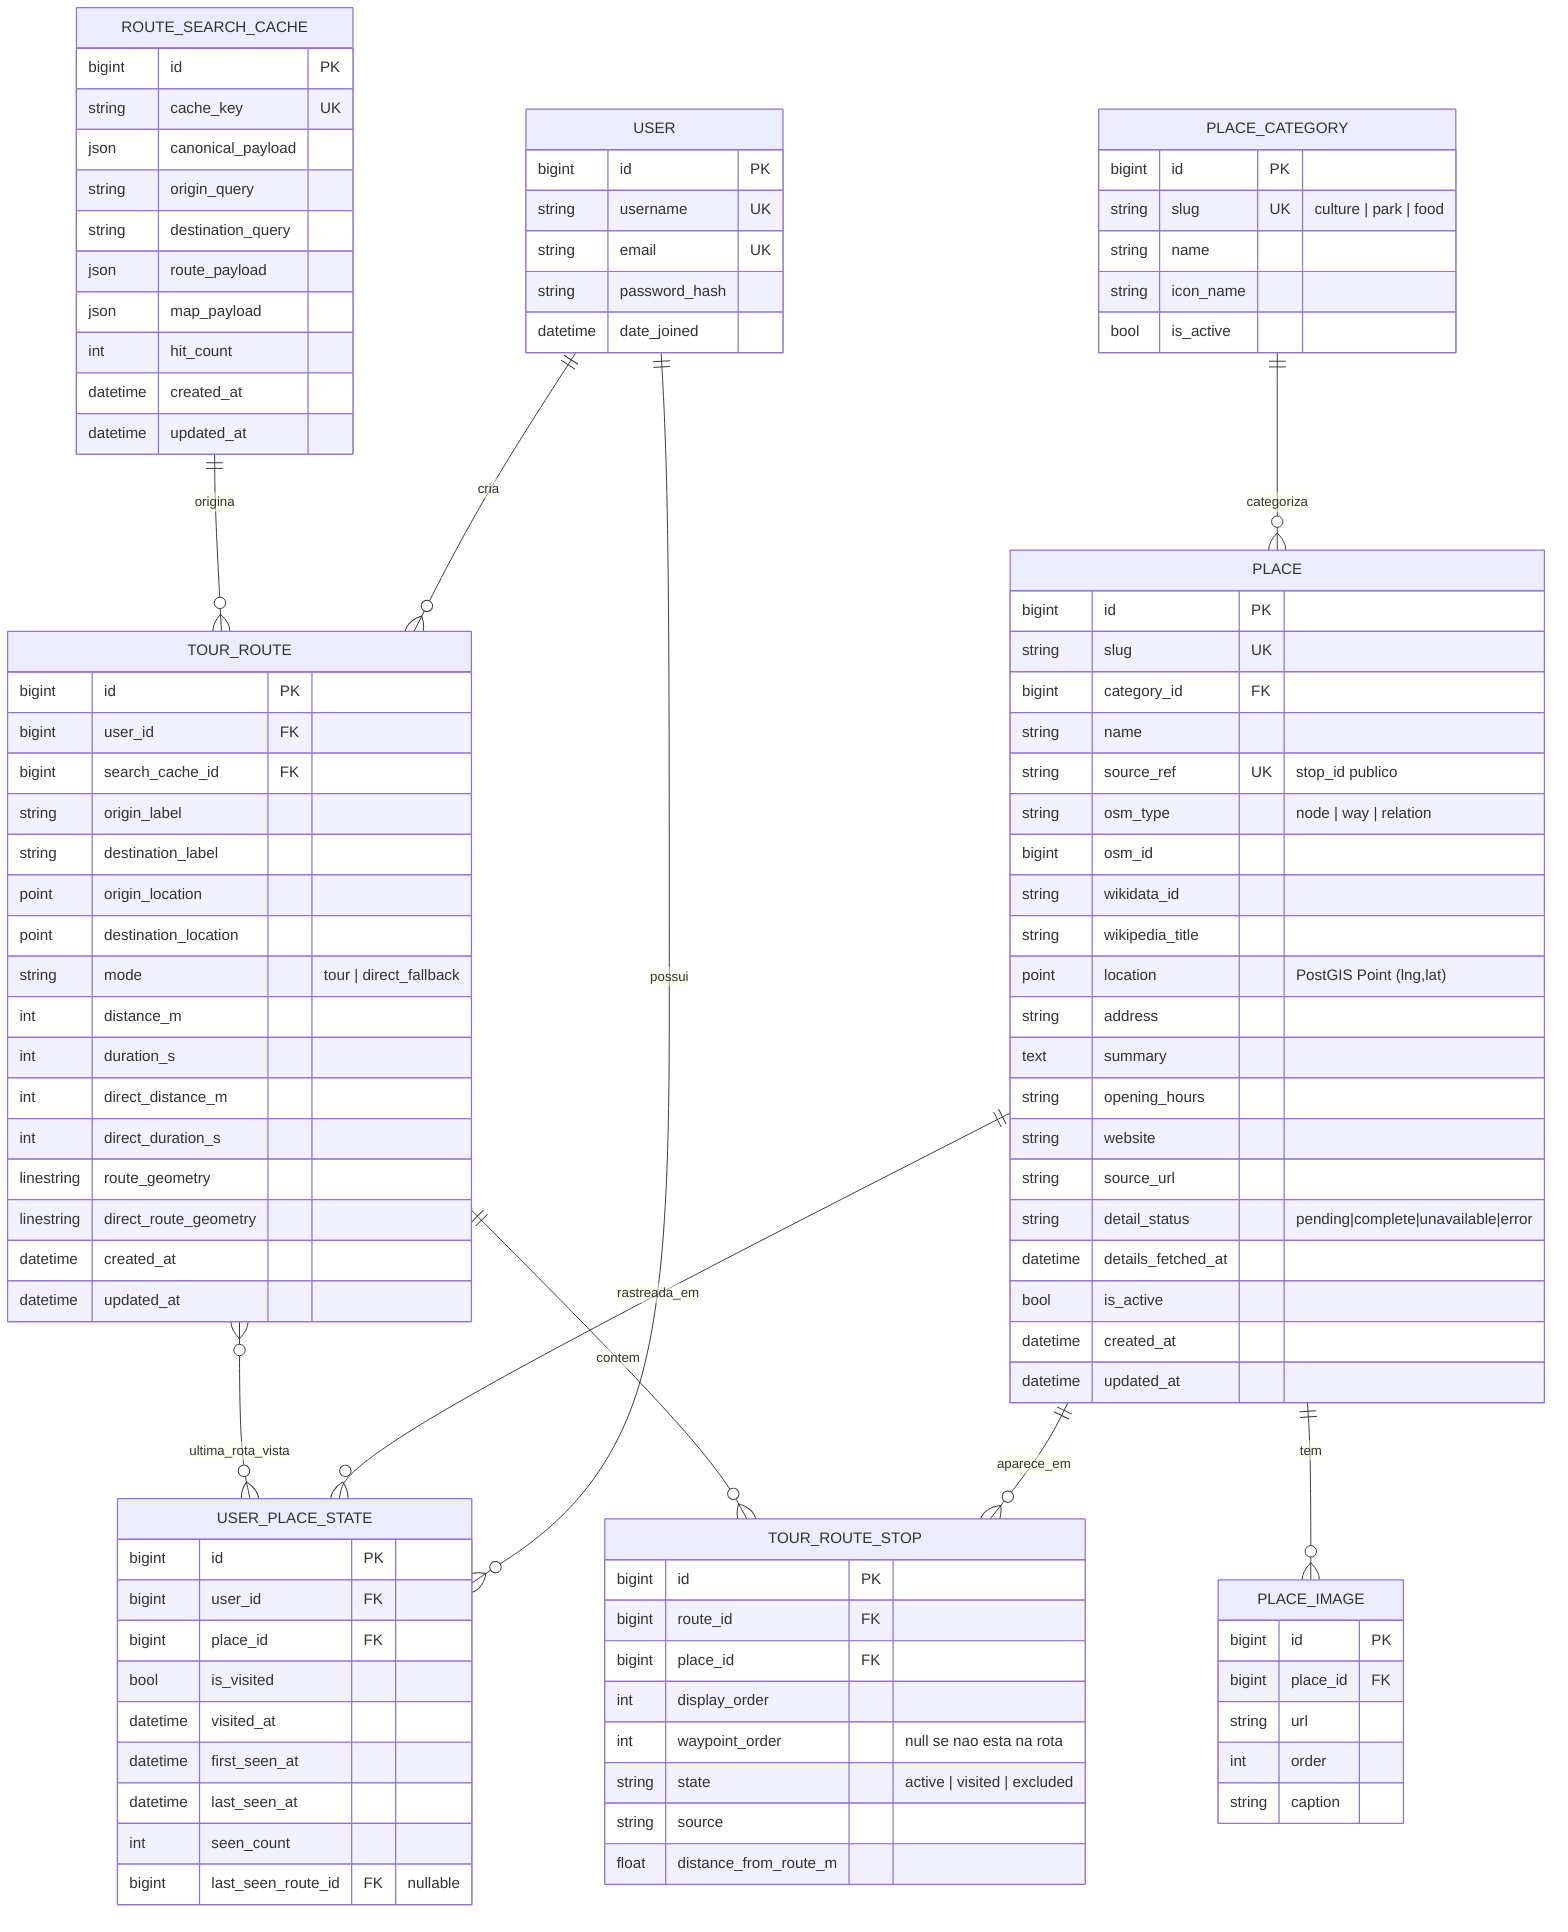
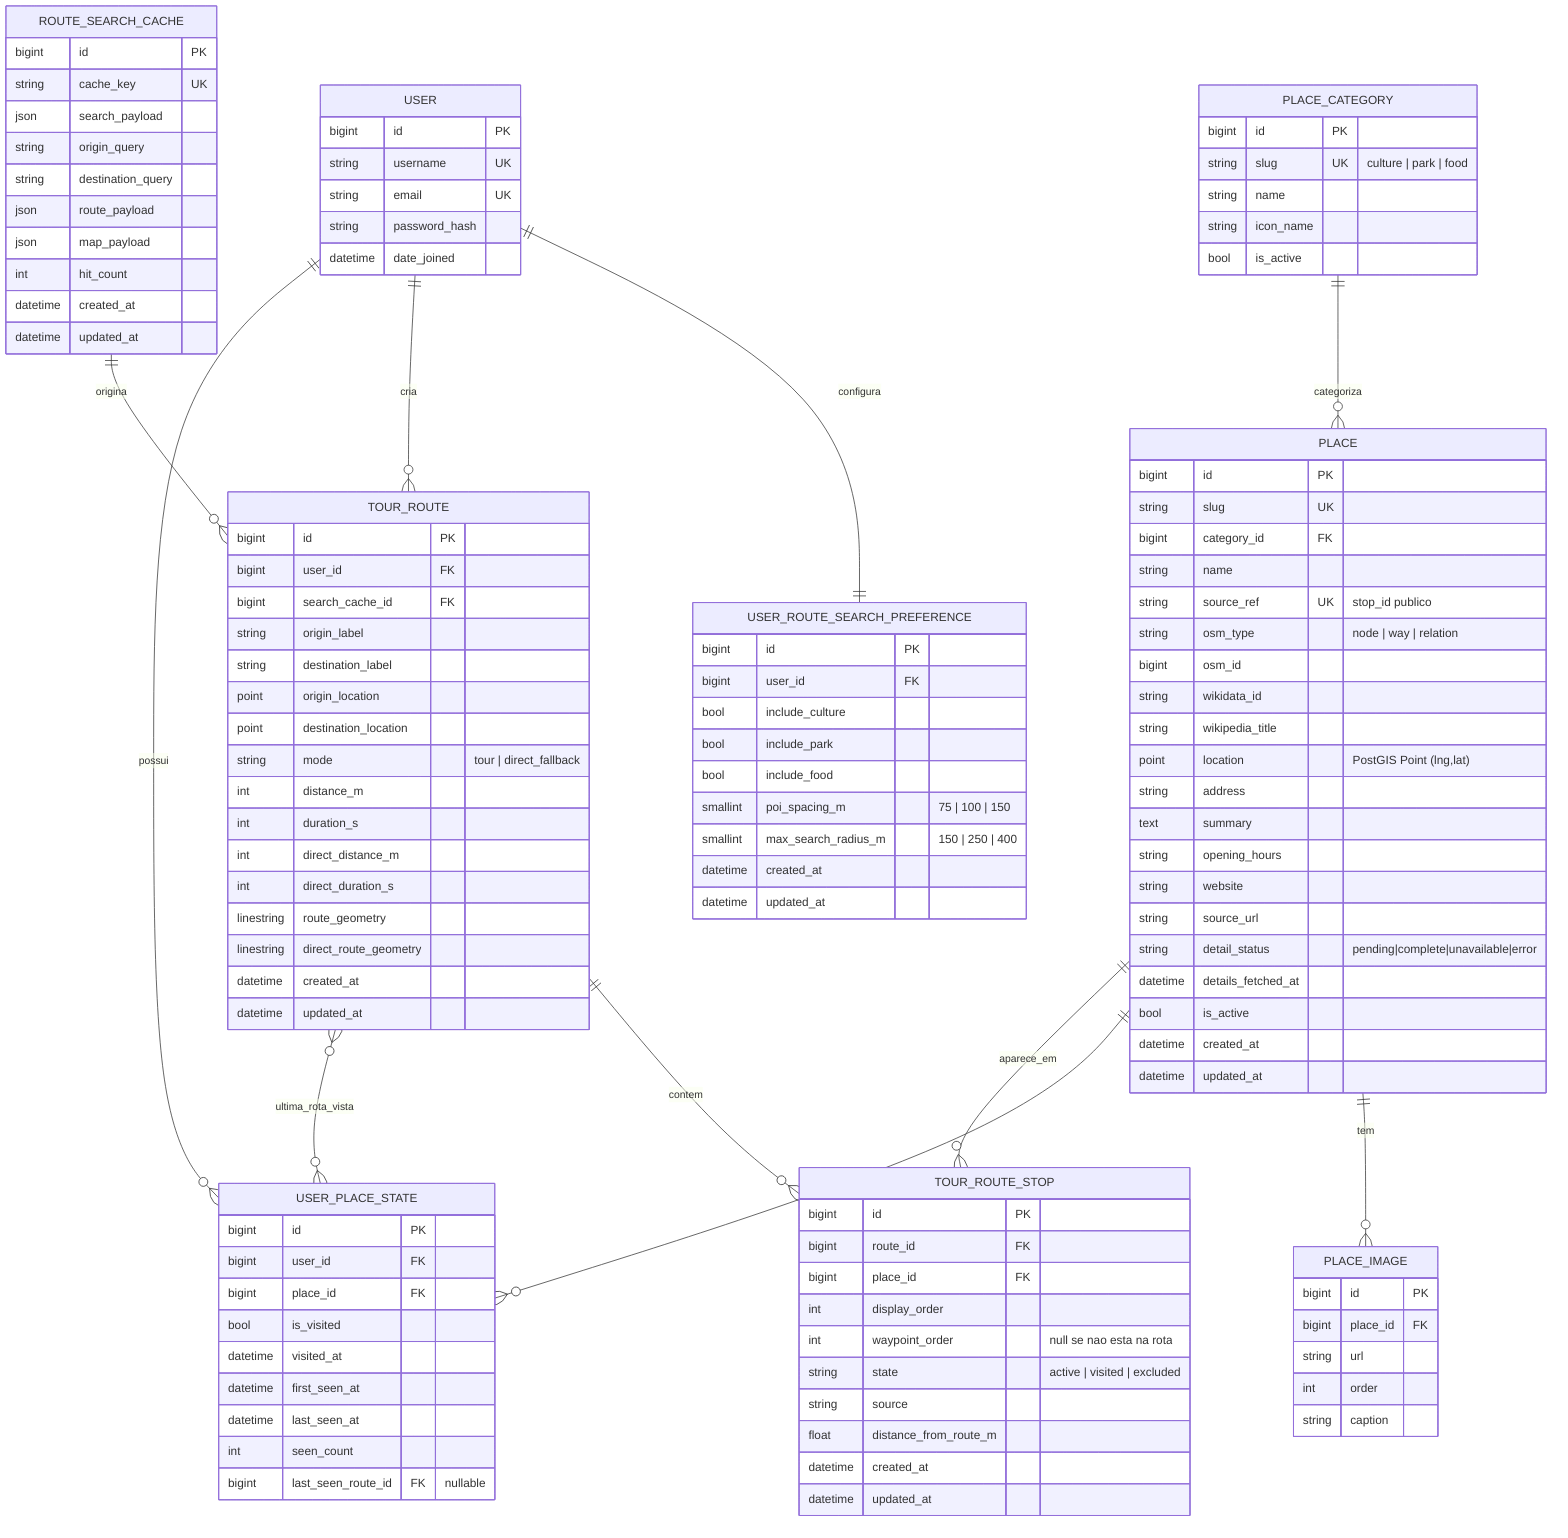
erDiagram
+     USER ||--|| USER_ROUTE_SEARCH_PREFERENCE : configura
    USER ||--o{ TOUR_ROUTE : cria
    USER ||--o{ USER_PLACE_STATE : possui

    PLACE_CATEGORY ||--o{ PLACE : categoriza

    PLACE ||--o{ PLACE_IMAGE : tem
    PLACE ||--o{ USER_PLACE_STATE : rastreada_em
    PLACE ||--o{ TOUR_ROUTE_STOP : aparece_em

    ROUTE_SEARCH_CACHE ||--o{ TOUR_ROUTE : origina

    TOUR_ROUTE ||--o{ TOUR_ROUTE_STOP : contem
    TOUR_ROUTE }o--o{ USER_PLACE_STATE : ultima_rota_vista

    USER {
        bigint id PK
        string username UK
        string email UK
        string password_hash
        datetime date_joined
+     }
+ 
+     USER_ROUTE_SEARCH_PREFERENCE {
+         bigint id PK
+         bigint user_id FK
+         bool include_culture
+         bool include_park
+         bool include_food
+         smallint poi_spacing_m "75 | 100 | 150"
+         smallint max_search_radius_m "150 | 250 | 400"
+         datetime created_at
+         datetime updated_at
    }

    PLACE_CATEGORY {
        bigint id PK
        string slug UK "culture | park | food"
        string name
        string icon_name
        bool is_active
    }

    PLACE {
        bigint id PK
        string slug UK
        bigint category_id FK
        string name
        string source_ref UK "stop_id publico"
        string osm_type "node | way | relation"
        bigint osm_id
        string wikidata_id
        string wikipedia_title
        point location "PostGIS Point (lng,lat)"
        string address
        text summary
        string opening_hours
        string website
        string source_url
        string detail_status "pending|complete|unavailable|error"
        datetime details_fetched_at
        bool is_active
        datetime created_at
        datetime updated_at
    }

    PLACE_IMAGE {
        bigint id PK
        bigint place_id FK
        string url
        int order
        string caption
    }

    USER_PLACE_STATE {
        bigint id PK
        bigint user_id FK
        bigint place_id FK
        bool is_visited
        datetime visited_at
        datetime first_seen_at
        datetime last_seen_at
        int seen_count
        bigint last_seen_route_id FK "nullable"
    }

    ROUTE_SEARCH_CACHE {
        bigint id PK
        string cache_key UK
-         json canonical_payload
+         json search_payload
        string origin_query
        string destination_query
        json route_payload
        json map_payload
        int hit_count
        datetime created_at
        datetime updated_at
    }

    TOUR_ROUTE {
        bigint id PK
        bigint user_id FK
        bigint search_cache_id FK
        string origin_label
        string destination_label
        point origin_location
        point destination_location
        string mode "tour | direct_fallback"
        int distance_m
        int duration_s
        int direct_distance_m
        int direct_duration_s
        linestring route_geometry
        linestring direct_route_geometry
        datetime created_at
        datetime updated_at
    }

    TOUR_ROUTE_STOP {
        bigint id PK
        bigint route_id FK
        bigint place_id FK
        int display_order
        int waypoint_order "null se nao esta na rota"
        string state "active | visited | excluded"
        string source
        float distance_from_route_m
+         datetime created_at
+         datetime updated_at
    }
